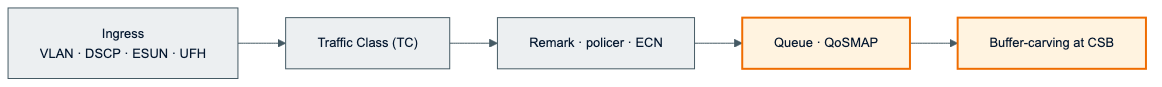
Before: assets/diagrams/b6/b6-slide04-qos-stitch.png, a diagram exported from Mermaid (upscale-ai-network/agent-template). Its source is kept beside it as assets/diagrams/b6/b6-slide04-qos-stitch.mmd. Source of this version:
```mermaid
%%{init: {'theme': 'base', 'themeVariables': { 'fontSize': '13px'}}}%%
flowchart LR
  IN["Ingress<br/>VLAN · DSCP · ESUN · UFH"]
  TC["Traffic Class (TC)"]
  REM["Remark · policer · ECN"]
  Q["Queue · QoSMAP"]
  CSB["Buffer-carving at CSB"]

  IN --> TC --> REM --> Q --> CSB

  classDef peer fill:#ECEFF1,stroke:#455A64,color:#051830
  classDef lane fill:#FFF3E0,stroke:#EF6C00,color:#051830,stroke-width:2px

  class IN,TC,REM peer
  class Q,CSB lane
```
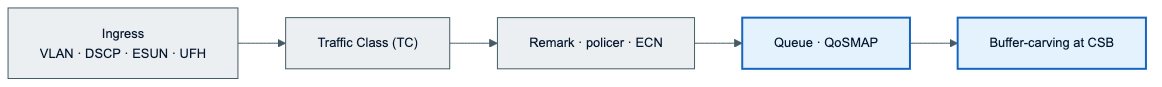
Later version of the same file.

Diff of the diagram source:
```diff
@@ -9,7 +9,7 @@
   IN --> TC --> REM --> Q --> CSB
 
   classDef peer fill:#ECEFF1,stroke:#455A64,color:#051830
-  classDef lane fill:#FFF3E0,stroke:#EF6C00,color:#051830,stroke-width:2px
+  classDef lane fill:#E3F2FD,stroke:#1565C0,color:#051830,stroke-width:2px
 
   class IN,TC,REM peer
   class Q,CSB lane
```
